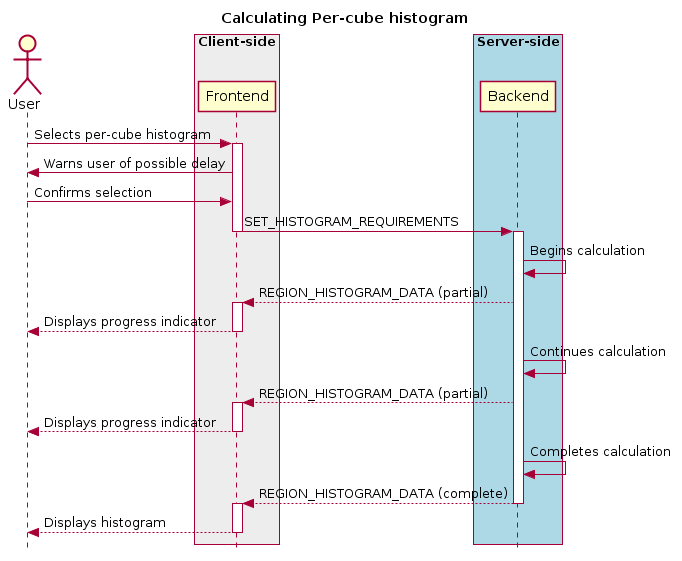
This is docs/images/image4.png from CARTAvis/carta-protobuf, a PlantUML export, as it was before one commit.
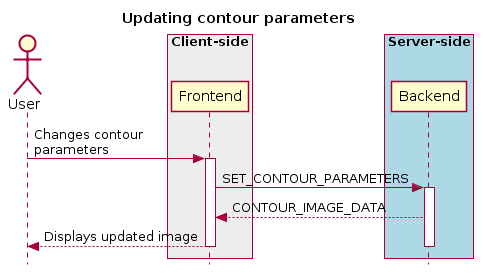
Above is the later version.

The edit, as a diff of the source:
```diff
@@ -1,7 +1,8 @@
 @startuml
 skinparam style strictuml
 hide footbox
-title Calculating Per-cube histogram
+title Updating contour parameters
+
 actor User
 box "Client-side" #EDEDED
         participant Frontend
@@ -10,30 +11,12 @@
 box "Server-side" #lightblue
 	participant Backend
 end box
-User -> Frontend: Selects per-cube histogram
+User -> Frontend: Changes contour\nparameters
 activate Frontend
-Frontend -> User: Warns user of possible delay
-User -> Frontend: Confirms selection
-Frontend -> Backend : SET_HISTOGRAM_REQUIREMENTS
-deactivate Frontend
-
+Frontend -> Backend : SET_CONTOUR_PARAMETERS
 activate Backend
-Backend -> Backend: Begins calculation
-Frontend <-- Backend: REGION_HISTOGRAM_DATA (partial)
-activate Frontend
-User <-- Frontend: Displays progress indicator
-deactivate Frontend
-
-Backend -> Backend: Continues calculation
-Frontend <-- Backend: REGION_HISTOGRAM_DATA (partial)
-activate Frontend
-User <-- Frontend: Displays progress indicator
-deactivate Frontend
-
-Backend -> Backend: Completes calculation
-Frontend <-- Backend: REGION_HISTOGRAM_DATA (complete)
+Frontend <-- Backend : CONTOUR_IMAGE_DATA
+User <-- Frontend: Displays updated image
 deactivate Backend
-activate Frontend
-User <-- Frontend: Displays histogram
 deactivate Frontend
 @enduml
```
